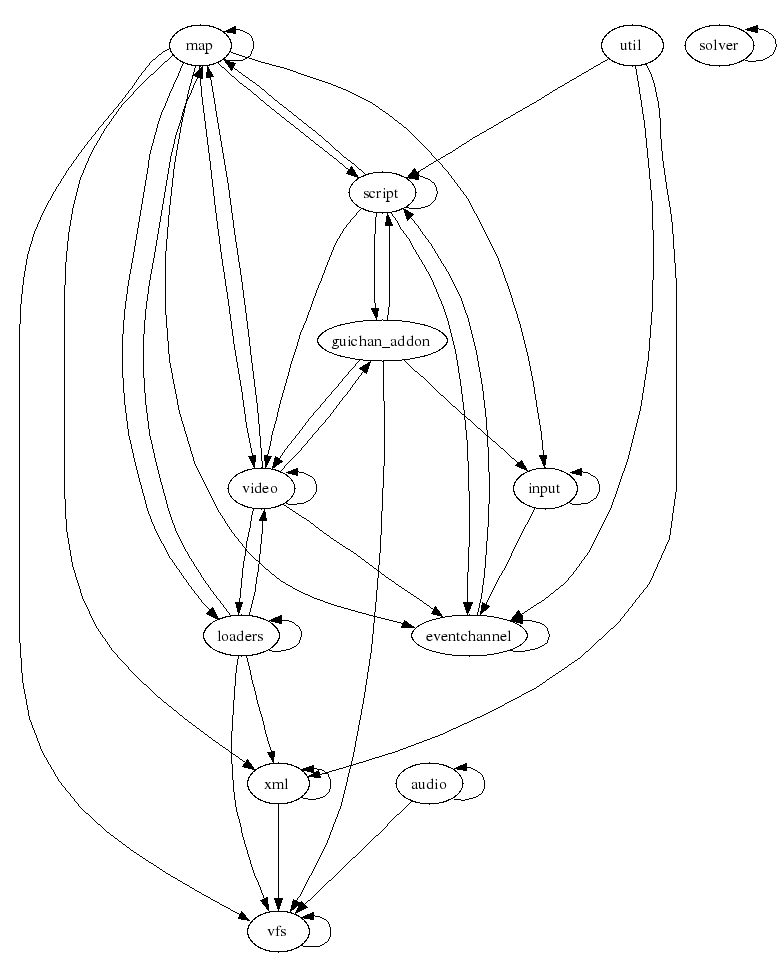
Before: doc/dependencies/moduledeps.png, a diagram exported from Graphviz (fifengine/fifengine). Its source is kept beside it as doc/dependencies/moduledeps.dot.
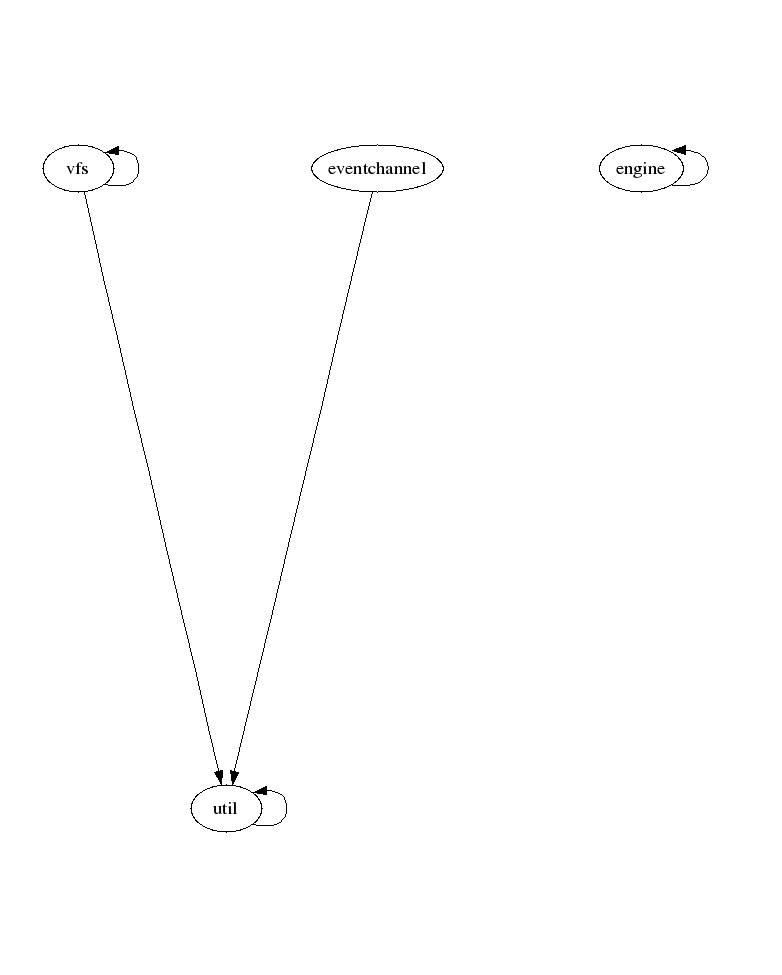
Above is the later version.

What changed in the source:
```diff
@@ -5,44 +5,9 @@
     fontsize="16";
     fontname="Helvetica";
     clusterrank="local";
-    "xml" -> "xml"
-    "xml" -> "vfs"
-    "map" -> "xml"
-    "map" -> "map"
-    "map" -> "script"
-    "map" -> "eventchannel"
-    "map" -> "loaders"
-    "map" -> "video"
-    "map" -> "input"
-    "map" -> "vfs"
-    "script" -> "map"
-    "script" -> "script"
-    "script" -> "video"
-    "script" -> "eventchannel"
-    "script" -> "guichan_addon"
-    "solver" -> "solver"
-    "guichan_addon" -> "input"
-    "guichan_addon" -> "video"
-    "guichan_addon" -> "vfs"
-    "guichan_addon" -> "script"
-    "eventchannel" -> "eventchannel"
-    "eventchannel" -> "script"
-    "loaders" -> "xml"
-    "loaders" -> "video"
-    "loaders" -> "map"
-    "loaders" -> "vfs"
-    "loaders" -> "loaders"
-    "util" -> "xml"
-    "util" -> "eventchannel"
-    "util" -> "script"
-    "video" -> "map"
-    "video" -> "loaders"
-    "video" -> "video"
-    "video" -> "eventchannel"
-    "video" -> "guichan_addon"
-    "input" -> "input"
-    "input" -> "eventchannel"
-    "audio" -> "audio"
-    "audio" -> "vfs"
+    "util" -> "util"
+    "engine" -> "engine"
+    "vfs" -> "util"
     "vfs" -> "vfs"
+    "eventchannel" -> "util"
 }
```
